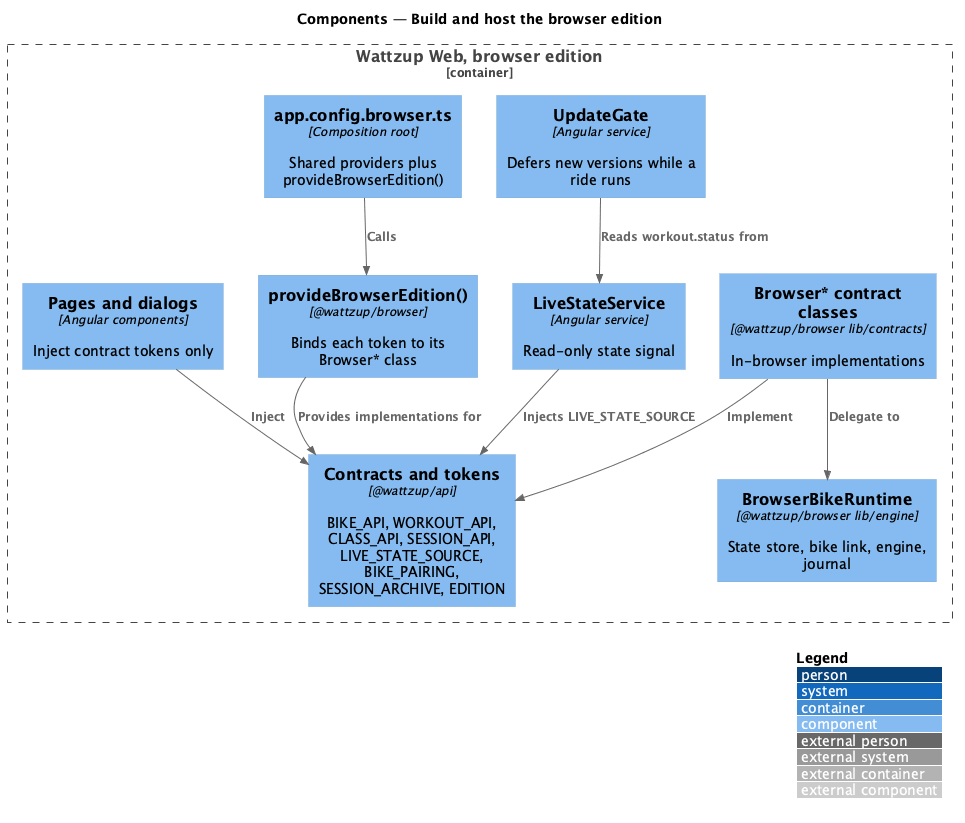
Before: docs/detailed-designs/browser-edition/build-and-host/diagrams/c4-component.png, a diagram exported from PlantUML (QuinntyneBrown/ride-one).
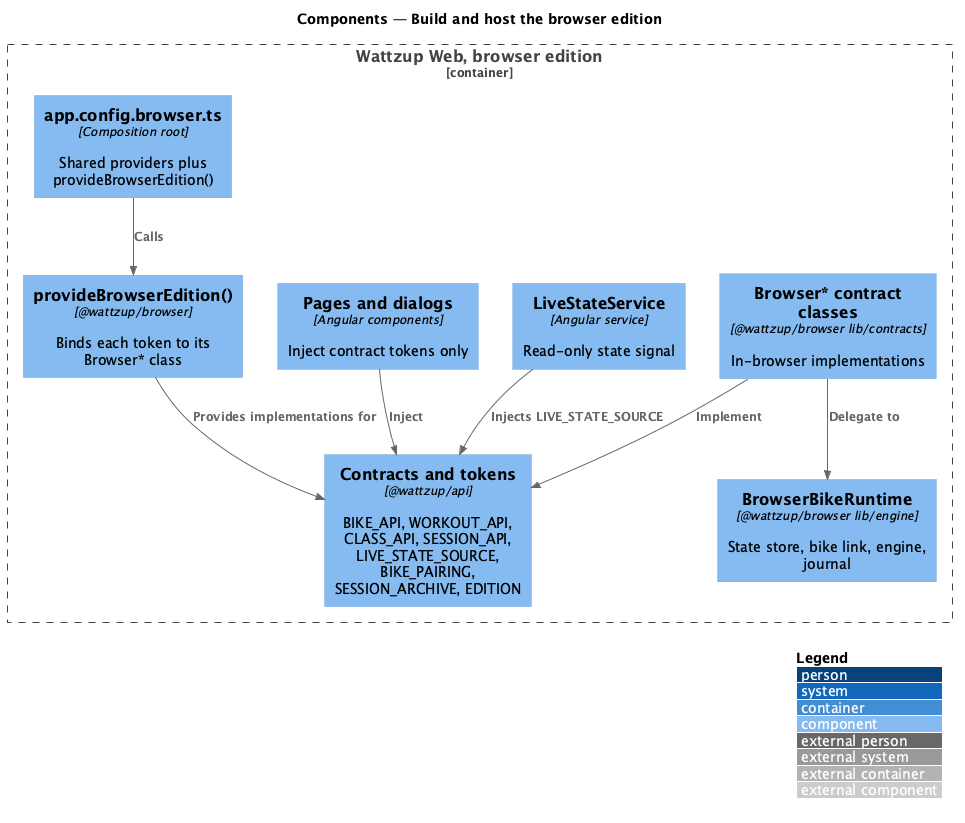
The same file after the commit.

The edit, as a diff of the source:
```diff
@@ -11,7 +11,6 @@
   Component(provide, "provideBrowserEdition()", "@wattzup/browser", "Binds each token to its Browser* class")
   Component(impls, "Browser* contract classes", "@wattzup/browser lib/contracts", "In-browser implementations")
   Component(runtime, "BrowserBikeRuntime", "@wattzup/browser lib/engine", "State store, bike link, engine, journal")
-  Component(gate, "UpdateGate", "Angular service", "Defers new versions while a ride runs")
 }
 
 Rel(root, provide, "Calls")
@@ -20,5 +19,4 @@
 Rel(live, tokens, "Injects LIVE_STATE_SOURCE")
 Rel(impls, tokens, "Implement")
 Rel(impls, runtime, "Delegate to")
-Rel(gate, live, "Reads workout.status from")
 @enduml
```
